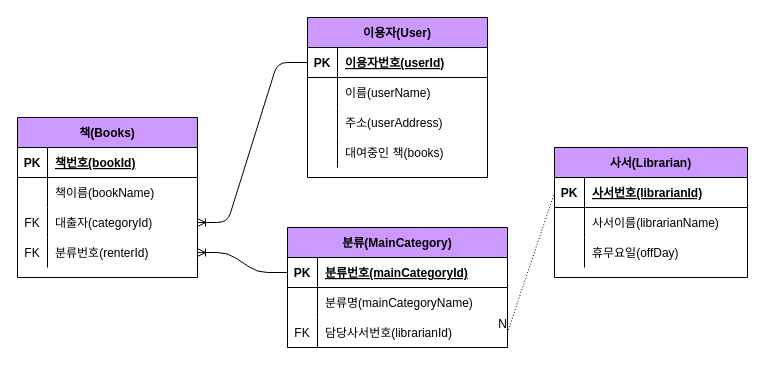
ptkeb/0823Project keeps this draw.io diagram as basic_concept.drawio. Above is the earlier version. Source tidied: cells renumbered, new cells numbered last; positions are measured from the earlier drawing's top-left corner, leaving out a move shared by most shapes. Both pictures are drawn from the tidied source at 100%, with x=0, y=0 at pixel (17, 17).
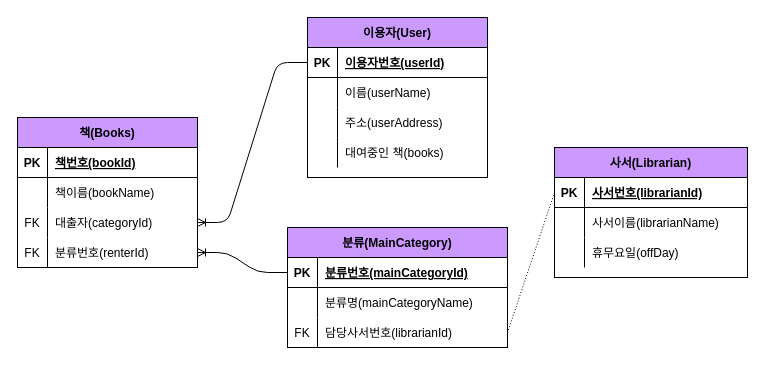
After the change.

Unchanged cells that the change refers to:
```xml
<mxCell id="51" style="endArrow=none;html=1;rounded=0;dashed=1;dashPattern=1 2;exitX=0;exitY=0.5;exitDx=0;exitDy=0;entryX=1;entryY=0.5;entryDx=0;entryDy=0;" parent="1" edge="1" source="26" target="22">
  <mxGeometry relative="1" as="geometry" />
</mxCell>
```

Diff of the diagram source:
```diff
@@
+    <mxCell id="53" style="rounded=0;whiteSpace=wrap;html=1;" parent="1" vertex="1">
+      <mxGeometry x="537" y="130" width="193" height="130" as="geometry" />
+    </mxCell>
+    <mxCell id="54" style="rounded=0;whiteSpace=wrap;html=1;" parent="1" vertex="1">
+      <mxGeometry x="270" y="210" width="220" height="120" as="geometry" />
+    </mxCell>
+    <mxCell id="55" style="rounded=0;whiteSpace=wrap;html=1;" parent="1" vertex="1">
+      <mxGeometry x="290" width="180" height="160" as="geometry" />
+    </mxCell>
+    <mxCell id="56" style="rounded=0;whiteSpace=wrap;html=1;" parent="1" vertex="1">
+      <mxGeometry y="100" width="180" height="150" as="geometry" />
+    </mxCell>
     <mxCell id="2" value="책(Books)" style="shape=table;startSize=30;childLayout=tableLayout;rowLines=0;fontStyle=1;align=center;fillColor=#CC99FF;" parent="1" vertex="1">
-      <mxGeometry y="100" width="180" height="160" as="geometry" />
+      <mxGeometry y="100" width="180" height="150" as="geometry" />
     </mxCell>
@@
-    <mxCell id="52" value="N" style="html=1;align=right;verticalAlign=bottom;" parent="51" vertex="1">
-      <mxGeometry x="1" relative="1" as="geometry" />
-    </mxCell>
```
